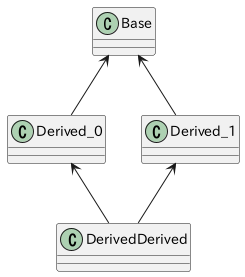
The PlantUML diagram plant_uml/diamond_inheritance.png in ichiroprogrammer/essential_cpp, before a commit. The source it was exported from:
```plantuml
@startuml

class Base
class Derived_0
class Derived_1
class DerivedDerived

Derived_0 -up-> Base
Derived_1 -up-> Base
DerivedDerived -up-> Derived_1
DerivedDerived -up-> Derived_0

@enduml
```
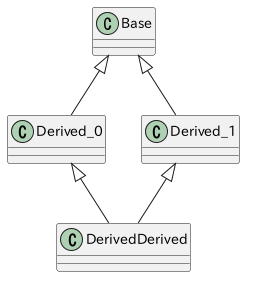
Later version of the same file.

What changed in the source:
```diff
@@ -5,9 +5,9 @@
 class Derived_1
 class DerivedDerived
 
-Derived_0 -up-> Base
-Derived_1 -up-> Base
-DerivedDerived -up-> Derived_1
-DerivedDerived -up-> Derived_0
+Derived_0 -up-|> Base
+Derived_1 -up-|> Base
+DerivedDerived -up-|> Derived_1
+DerivedDerived -up-|> Derived_0
 
 @enduml
```
